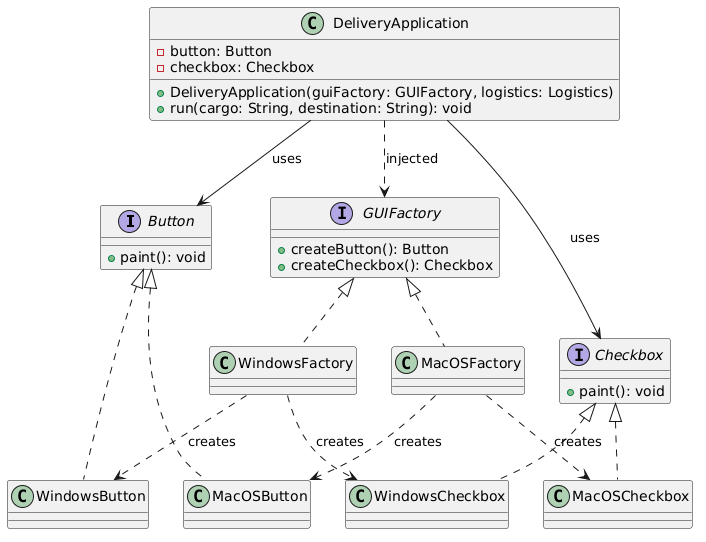
Nurlan-byte/sdp-assignment2-factory keeps this PlantUML diagram as docs/abstract-factory.png. Above is the earlier version.
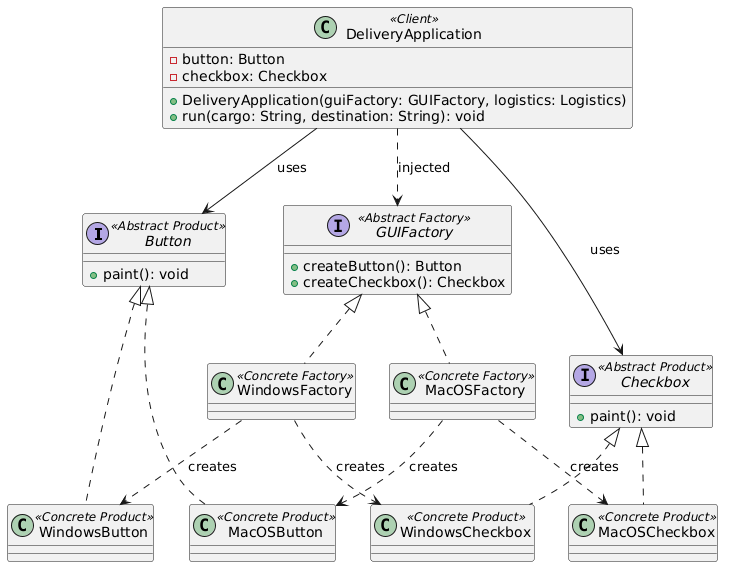
The same file after the commit.

Commit message:
docs: label pattern roles in UML diagrams

Change to the diagram source:
```diff
@@ -1,26 +1,26 @@
 @startuml
-interface Button {
+interface Button <<Abstract Product>> {
   +paint(): void
 }
 
-interface Checkbox {
+interface Checkbox <<Abstract Product>> {
   +paint(): void
 }
 
-interface GUIFactory {
+interface GUIFactory <<Abstract Factory>> {
   +createButton(): Button
   +createCheckbox(): Checkbox
 }
 
-class WindowsButton implements Button
-class MacOSButton implements Button
-class WindowsCheckbox implements Checkbox
-class MacOSCheckbox implements Checkbox
+class WindowsButton <<Concrete Product>> implements Button
+class MacOSButton <<Concrete Product>> implements Button
+class WindowsCheckbox <<Concrete Product>> implements Checkbox
+class MacOSCheckbox <<Concrete Product>> implements Checkbox
 
-class WindowsFactory implements GUIFactory
-class MacOSFactory implements GUIFactory
+class WindowsFactory <<Concrete Factory>> implements GUIFactory
+class MacOSFactory <<Concrete Factory>> implements GUIFactory
 
-class DeliveryApplication {
+class DeliveryApplication <<Client>> {
   -button: Button
   -checkbox: Checkbox
   +DeliveryApplication(guiFactory: GUIFactory, logistics: Logistics)
```
